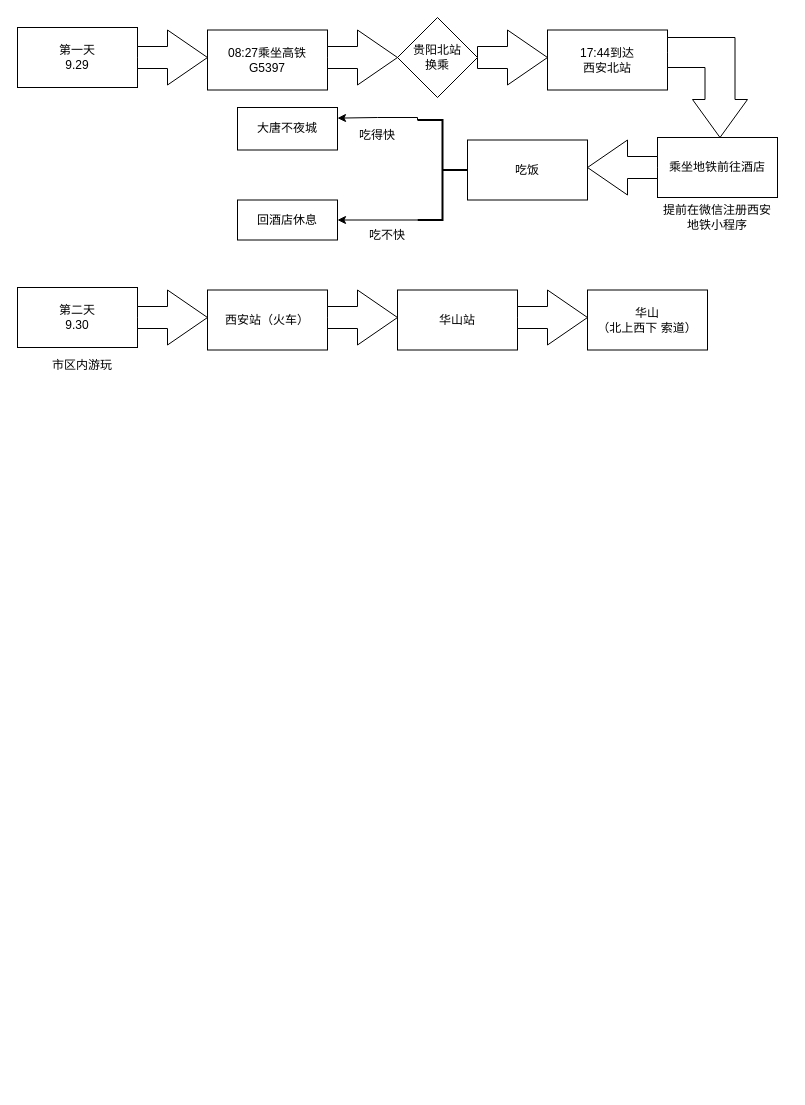
The draw.io diagram Xi'an.drawio in stanic11/miniprogram, before the edit. Source tidied: cells renumbered, new cells numbered last; positions are measured from the earlier drawing's top-left corner, leaving out a move shared by most shapes. Both pictures are drawn from the tidied source at 100%, with x=0, y=0 at pixel (17, 17).
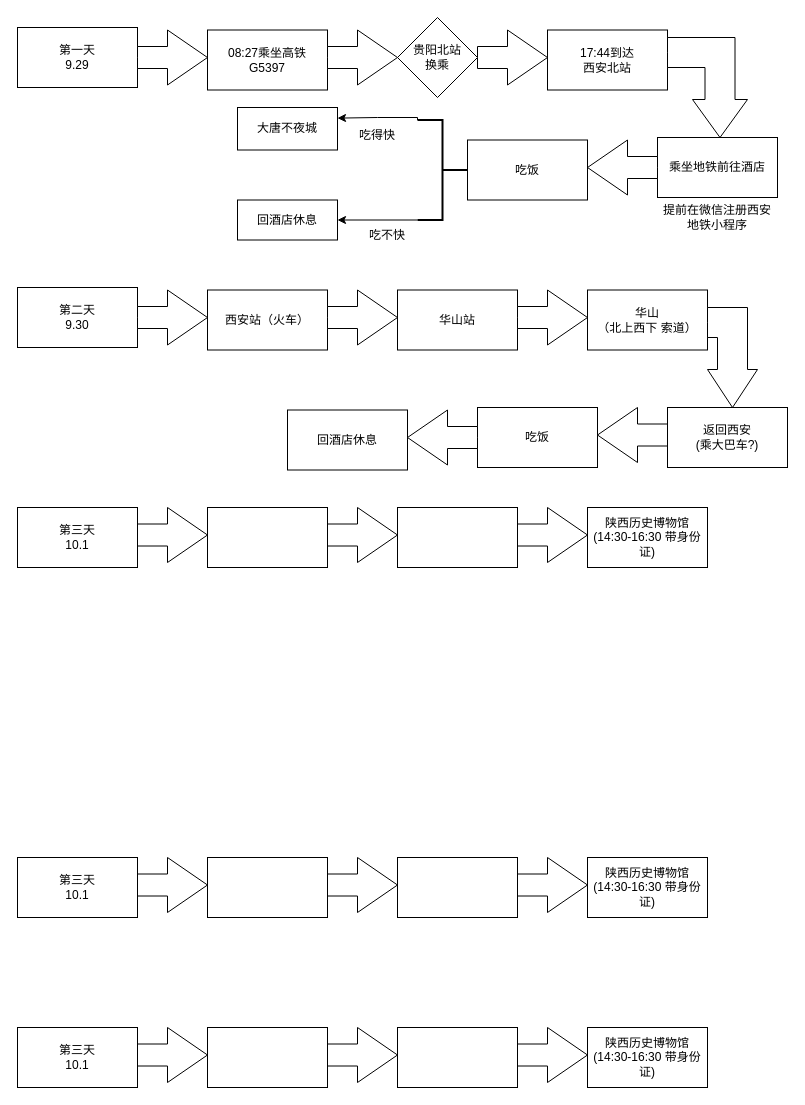
Above is the later version.

The edit, as a diff of the source:
```diff
@@
-    <mxCell id="24" value="市区内游玩" style="text;html=1;strokeColor=none;fillColor=none;align=center;verticalAlign=middle;whiteSpace=wrap;rounded=0;labelBackgroundColor=none;" parent="1" vertex="1">
-      <mxGeometry x="30" y="332.5" width="70" height="30" as="geometry" />
-    </mxCell>
@@
+    <mxCell id="29" value="第三天&lt;br&gt;10.1" style="rounded=0;whiteSpace=wrap;html=1;labelBackgroundColor=none;" parent="1" vertex="1">
+      <mxGeometry y="490" width="120" height="60" as="geometry" />
+    </mxCell>
+    <mxCell id="30" style="html=1;shadow=0;dashed=0;align=center;verticalAlign=middle;shape=mxgraph.arrows2.arrow;dy=0.6;dx=40;notch=0;labelBackgroundColor=none;" parent="1" vertex="1">
+      <mxGeometry x="120" y="490" width="70" height="55" as="geometry" />
+    </mxCell>
+    <mxCell id="31" style="rounded=0;whiteSpace=wrap;html=1;labelBackgroundColor=none;" parent="1" vertex="1">
+      <mxGeometry x="190" y="490" width="120" height="60" as="geometry" />
+    </mxCell>
+    <mxCell id="32" style="html=1;shadow=0;dashed=0;align=center;verticalAlign=middle;shape=mxgraph.arrows2.arrow;dy=0.6;dx=40;notch=0;labelBackgroundColor=none;" parent="1" vertex="1">
+      <mxGeometry x="310" y="490" width="70" height="55" as="geometry" />
+    </mxCell>
+    <mxCell id="33" style="rounded=0;whiteSpace=wrap;html=1;labelBackgroundColor=none;" parent="1" vertex="1">
+      <mxGeometry x="380" y="490" width="120" height="60" as="geometry" />
+    </mxCell>
+    <mxCell id="34" style="html=1;shadow=0;dashed=0;align=center;verticalAlign=middle;shape=mxgraph.arrows2.arrow;dy=0.6;dx=40;notch=0;labelBackgroundColor=none;" parent="1" vertex="1">
+      <mxGeometry x="500" y="490" width="70" height="55" as="geometry" />
+    </mxCell>
+    <mxCell id="35" value="陕西历史博物馆&lt;br&gt;(14:30-16:30 带身份证)" style="rounded=0;whiteSpace=wrap;html=1;labelBackgroundColor=none;" parent="1" vertex="1">
+      <mxGeometry x="570" y="490" width="120" height="60" as="geometry" />
+    </mxCell>
+    <mxCell id="36" style="html=1;shadow=0;dashed=0;align=center;verticalAlign=middle;shape=mxgraph.arrows2.bendArrow;dy=15;dx=38;notch=0;arrowHead=55;rounded=0;direction=south;labelBackgroundColor=none;" parent="1" vertex="1">
+      <mxGeometry x="690" y="290" width="50" height="100" as="geometry" />
+    </mxCell>
+    <mxCell id="37" value="返回西安&lt;br&gt;(乘大巴车?)" style="rounded=0;whiteSpace=wrap;html=1;labelBackgroundColor=none;" parent="1" vertex="1">
+      <mxGeometry x="650" y="390" width="120" height="60" as="geometry" />
+    </mxCell>
+    <mxCell id="38" value="吃饭" style="rounded=0;whiteSpace=wrap;html=1;labelBackgroundColor=none;" parent="1" vertex="1">
+      <mxGeometry x="460" y="390" width="120" height="60" as="geometry" />
+    </mxCell>
+    <mxCell id="39" value="回酒店休息" style="rounded=0;whiteSpace=wrap;html=1;labelBackgroundColor=none;" parent="1" vertex="1">
+      <mxGeometry x="270" y="392.5" width="120" height="60" as="geometry" />
+    </mxCell>
+    <mxCell id="40" style="html=1;shadow=0;dashed=0;align=center;verticalAlign=middle;shape=mxgraph.arrows2.arrow;dy=0.6;dx=40;notch=0;direction=west;labelBackgroundColor=none;" parent="1" vertex="1">
+      <mxGeometry x="580" y="390" width="70" height="55" as="geometry" />
+    </mxCell>
+    <mxCell id="41" style="html=1;shadow=0;dashed=0;align=center;verticalAlign=middle;shape=mxgraph.arrows2.arrow;dy=0.6;dx=40;notch=0;direction=west;labelBackgroundColor=none;" parent="1" vertex="1">
+      <mxGeometry x="390" y="392.5" width="70" height="55" as="geometry" />
+    </mxCell>
+    <mxCell id="42" value="第三天&lt;br&gt;10.1" style="rounded=0;whiteSpace=wrap;html=1;labelBackgroundColor=none;" parent="1" vertex="1">
+      <mxGeometry y="840" width="120" height="60" as="geometry" />
+    </mxCell>
+    <mxCell id="43" style="html=1;shadow=0;dashed=0;align=center;verticalAlign=middle;shape=mxgraph.arrows2.arrow;dy=0.6;dx=40;notch=0;labelBackgroundColor=none;" parent="1" vertex="1">
+      <mxGeometry x="120" y="840" width="70" height="55" as="geometry" />
+    </mxCell>
+    <mxCell id="44" style="rounded=0;whiteSpace=wrap;html=1;labelBackgroundColor=none;" parent="1" vertex="1">
+      <mxGeometry x="190" y="840" width="120" height="60" as="geometry" />
+    </mxCell>
+    <mxCell id="45" style="html=1;shadow=0;dashed=0;align=center;verticalAlign=middle;shape=mxgraph.arrows2.arrow;dy=0.6;dx=40;notch=0;labelBackgroundColor=none;" parent="1" vertex="1">
+      <mxGeometry x="310" y="840" width="70" height="55" as="geometry" />
+    </mxCell>
+    <mxCell id="46" style="rounded=0;whiteSpace=wrap;html=1;labelBackgroundColor=none;" parent="1" vertex="1">
+      <mxGeometry x="380" y="840" width="120" height="60" as="geometry" />
+    </mxCell>
+    <mxCell id="47" style="html=1;shadow=0;dashed=0;align=center;verticalAlign=middle;shape=mxgraph.arrows2.arrow;dy=0.6;dx=40;notch=0;labelBackgroundColor=none;" parent="1" vertex="1">
+      <mxGeometry x="500" y="840" width="70" height="55" as="geometry" />
+    </mxCell>
+    <mxCell id="48" value="陕西历史博物馆&lt;br&gt;(14:30-16:30 带身份证)" style="rounded=0;whiteSpace=wrap;html=1;labelBackgroundColor=none;" parent="1" vertex="1">
+      <mxGeometry x="570" y="840" width="120" height="60" as="geometry" />
+    </mxCell>
+    <mxCell id="49" value="第三天&lt;br&gt;10.1" style="rounded=0;whiteSpace=wrap;html=1;labelBackgroundColor=none;" parent="1" vertex="1">
+      <mxGeometry y="1010" width="120" height="60" as="geometry" />
+    </mxCell>
+    <mxCell id="50" style="html=1;shadow=0;dashed=0;align=center;verticalAlign=middle;shape=mxgraph.arrows2.arrow;dy=0.6;dx=40;notch=0;labelBackgroundColor=none;" parent="1" vertex="1">
+      <mxGeometry x="120" y="1010" width="70" height="55" as="geometry" />
+    </mxCell>
+    <mxCell id="51" style="rounded=0;whiteSpace=wrap;html=1;labelBackgroundColor=none;" parent="1" vertex="1">
+      <mxGeometry x="190" y="1010" width="120" height="60" as="geometry" />
+    </mxCell>
+    <mxCell id="52" style="html=1;shadow=0;dashed=0;align=center;verticalAlign=middle;shape=mxgraph.arrows2.arrow;dy=0.6;dx=40;notch=0;labelBackgroundColor=none;" parent="1" vertex="1">
+      <mxGeometry x="310" y="1010" width="70" height="55" as="geometry" />
+    </mxCell>
+    <mxCell id="53" style="rounded=0;whiteSpace=wrap;html=1;labelBackgroundColor=none;" parent="1" vertex="1">
+      <mxGeometry x="380" y="1010" width="120" height="60" as="geometry" />
+    </mxCell>
+    <mxCell id="54" style="html=1;shadow=0;dashed=0;align=center;verticalAlign=middle;shape=mxgraph.arrows2.arrow;dy=0.6;dx=40;notch=0;labelBackgroundColor=none;" parent="1" vertex="1">
+      <mxGeometry x="500" y="1010" width="70" height="55" as="geometry" />
+    </mxCell>
+    <mxCell id="55" value="陕西历史博物馆&lt;br&gt;(14:30-16:30 带身份证)" style="rounded=0;whiteSpace=wrap;html=1;labelBackgroundColor=none;" parent="1" vertex="1">
+      <mxGeometry x="570" y="1010" width="120" height="60" as="geometry" />
+    </mxCell>
```
